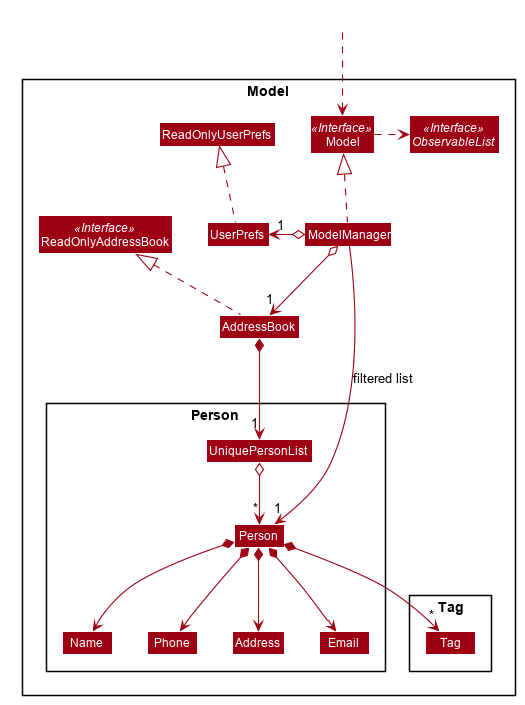
Before: docs/images/ModelClassDiagram.png, a diagram exported from PlantUML (nus-cs2103-AY1920S2/addressbook-level3). Its diagram source:
```plantuml
@startuml








skinparam BackgroundColor #FFFFFFF

skinparam Shadowing false

skinparam Class {
    FontColor #FFFFFF
    BorderThickness 1
    BorderColor #FFFFFF
    StereotypeFontColor #FFFFFF
    FontName Arial
}

skinparam Actor {
    BorderColor #000000
    Color #000000
    FontName Arial
}

skinparam Sequence {
    MessageAlign center
    BoxFontSize 15
    BoxPadding 0
    BoxFontColor #FFFFFF
    FontName Arial
}

skinparam Participant {
    FontColor #FFFFFFF
    Padding 20
}

skinparam MinClassWidth 50
skinparam ParticipantPadding 10
skinparam Shadowing false
skinparam DefaultTextAlignment center
skinparam packageStyle Rectangle

hide footbox
hide members
hide circle
skinparam arrowThickness 1.1
skinparam arrowColor #9D0012
skinparam classBackgroundColor #9D0012

Package Model <<Rectangle>>{
Interface ReadOnlyAddressBook <<Interface>>
Interface Model <<Interface>>
Interface ObservableList <<Interface>>
Class AddressBook
Class ReadOnlyAddressBook
Class Model
Class ModelManager
Class UserPrefs
Class ReadOnlyUserPrefs

Package Person {
Class Person
Class Address
Class Email
Class Name
Class Phone
Class UniquePersonList
}

Package Tag {
Class Tag
}
}

Class HiddenOutside #FFFFFF
HiddenOutside ..> Model

AddressBook .up.|> ReadOnlyAddressBook

ModelManager .up.|> Model
Model .right.> ObservableList
ModelManager o--> "1" AddressBook
ModelManager o-left-> "1" UserPrefs
UserPrefs .up.|> ReadOnlyUserPrefs

AddressBook *--> "1" UniquePersonList
UniquePersonList o--> "*" Person
Person *--> Name
Person *--> Phone
Person *--> Email
Person *--> Address
Person *--> "*" Tag

Name -[hidden]right-> Phone
Phone -[hidden]right-> Address
Address -[hidden]right-> Email

ModelManager -->"1" Person : filtered list
@enduml
```
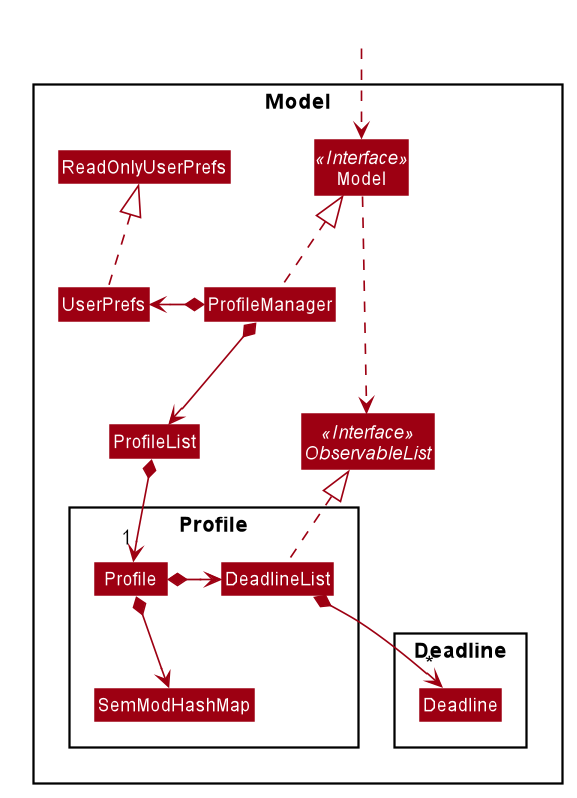
After the commit.

The edit, as a diff of the source:
```diff
@@ -52,52 +52,42 @@
 skinparam classBackgroundColor #9D0012
 
 Package Model <<Rectangle>>{
-Interface ReadOnlyAddressBook <<Interface>>
 Interface Model <<Interface>>
 Interface ObservableList <<Interface>>
-Class AddressBook
-Class ReadOnlyAddressBook
 Class Model
-Class ModelManager
+Class ProfileList
+Class ProfileManager
 Class UserPrefs
 Class ReadOnlyUserPrefs
 
-Package Person {
-Class Person
-Class Address
-Class Email
-Class Name
-Class Phone
-Class UniquePersonList
+Package Profile {
+Class Profile
+Class DeadlineList
+Class SemModHashMap
 }
 
-Package Tag {
-Class Tag
+
+Package Deadline {
+Class Deadline
 }
 }
 
 Class HiddenOutside #FFFFFF
 HiddenOutside ..> Model
 
-AddressBook .up.|> ReadOnlyAddressBook
-
-ModelManager .up.|> Model
+ProfileManager .up.|> Model
 Model .right.> ObservableList
-ModelManager o--> "1" AddressBook
-ModelManager o-left-> "1" UserPrefs
+ProfileManager *--> ProfileList
+ProfileManager *-left-> UserPrefs
 UserPrefs .up.|> ReadOnlyUserPrefs
 
-AddressBook *--> "1" UniquePersonList
-UniquePersonList o--> "*" Person
-Person *--> Name
-Person *--> Phone
-Person *--> Email
-Person *--> Address
-Person *--> "*" Tag
+ProfileList *--> "1"Profile
 
-Name -[hidden]right-> Phone
-Phone -[hidden]right-> Address
-Address -[hidden]right-> Email
+Profile *--right> DeadlineList
+Profile *--down> SemModHashMap
+DeadlineList ..up|> ObservableList
 
-ModelManager -->"1" Person : filtered list
+
+DeadlineList *--> "*"Deadline
+
 @enduml
```
